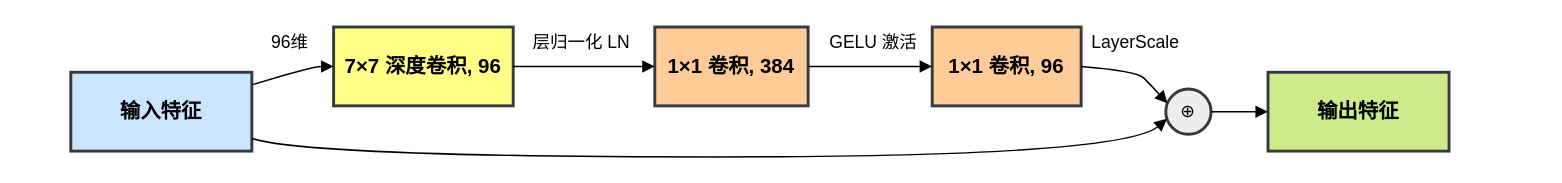
Earlier version of the draw.io diagram convnext block.drawio (vldzyzy/special-waffle). Source tidied: cells renumbered, new cells numbered last; positions are measured from the earlier drawing's top-left corner, leaving out a move shared by most shapes. Both pictures are drawn from the tidied source at 146%, with x=0, y=0 at pixel (70, 26).
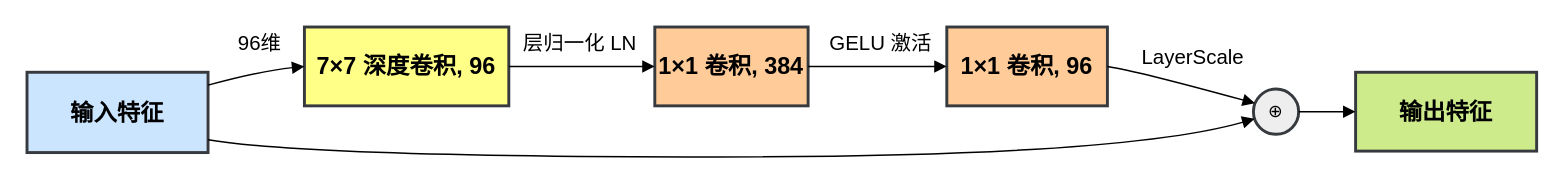
After the change.

What changed in the source:
```diff
@@
 <mxGraphModel>
   <root>
     <mxCell id="0" />
     <mxCell id="1" parent="0" />
-    <mxCell id="2" value="输入特征" style="whiteSpace=wrap;strokeWidth=2;fillColor=#cce5ff;strokeColor=#36393d;fontSize=14;fontStyle=1;" parent="1" vertex="1">
-      <mxGeometry y="31" width="124" height="54" as="geometry" />
+    <mxCell id="2" value="输入特征" style="whiteSpace=wrap;strokeWidth=2;fillColor=#cce5ff;strokeColor=#36393d;fontSize=16;fontStyle=1;" parent="1" vertex="1">
+      <mxGeometry x="-30" y="31" width="124" height="55" as="geometry" />
     </mxCell>
-    <mxCell id="3" value="7×7 深度卷积, 96" style="whiteSpace=wrap;strokeWidth=2;fillColor=#ffff88;strokeColor=#36393d;fontSize=14;fontStyle=1;" parent="1" vertex="1">
-      <mxGeometry x="180" width="123" height="54" as="geometry" />
+    <mxCell id="3" value="7×7 深度卷积, 96" style="whiteSpace=wrap;strokeWidth=2;fillColor=#ffff88;strokeColor=#36393d;fontSize=16;fontStyle=1;" parent="1" vertex="1">
+      <mxGeometry x="160" width="140" height="54" as="geometry" />
     </mxCell>
-    <mxCell id="4" value="1×1 卷积, 384" style="whiteSpace=wrap;strokeWidth=2;fillColor=#ffcc99;strokeColor=#36393d;fontSize=14;fontStyle=1;" parent="1" vertex="1">
+    <mxCell id="4" value="1×1 卷积, 384" style="whiteSpace=wrap;strokeWidth=2;fillColor=#ffcc99;strokeColor=#36393d;fontSize=16;fontStyle=1;" parent="1" vertex="1">
       <mxGeometry x="400" width="105" height="54" as="geometry" />
     </mxCell>
-    <mxCell id="5" value="1×1 卷积, 96" style="whiteSpace=wrap;strokeWidth=2;fillColor=#ffcc99;strokeColor=#36393d;fontSize=14;fontStyle=1;" parent="1" vertex="1">
-      <mxGeometry x="590" width="102" height="54" as="geometry" />
+    <mxCell id="5" value="1×1 卷积, 96" style="whiteSpace=wrap;strokeWidth=2;fillColor=#ffcc99;strokeColor=#36393d;fontSize=16;fontStyle=1;" parent="1" vertex="1">
+      <mxGeometry x="600" width="110" height="54" as="geometry" />
     </mxCell>
     <mxCell id="6" value="⊕" style="ellipse;strokeWidth=2;whiteSpace=wrap;fillColor=#eeeeee;strokeColor=#36393d;" parent="1" vertex="1">
-      <mxGeometry x="750" y="42.5" width="31" height="31" as="geometry" />
+      <mxGeometry x="810" y="42.5" width="31" height="31" as="geometry" />
     </mxCell>
-    <mxCell id="7" value="输出特征" style="whiteSpace=wrap;strokeWidth=2;fillColor=#cdeb8b;strokeColor=#36393d;fontSize=14;fontStyle=1;" parent="1" vertex="1">
-      <mxGeometry x="820" y="31" width="124" height="54" as="geometry" />
+    <mxCell id="7" value="输出特征" style="whiteSpace=wrap;strokeWidth=2;fillColor=#cdeb8b;strokeColor=#36393d;fontSize=16;fontStyle=1;" parent="1" vertex="1">
+      <mxGeometry x="880" y="31" width="124" height="54" as="geometry" />
     </mxCell>
-    <mxCell id="8" value="96维" style="curved=1;startArrow=none;endArrow=block;exitX=1;exitY=0.16;entryX=0;entryY=0.5;rounded=0;fontSize=12;" parent="1" edge="1" source="2" target="3">
-      <mxGeometry x="0.16" y="21" relative="1" as="geometry">
+    <mxCell id="8" value="96维" style="curved=1;startArrow=none;endArrow=block;exitX=1;exitY=0.16;entryX=0;entryY=0.5;rounded=0;fontSize=14;" parent="1" edge="1" source="2" target="3">
+      <mxGeometry x="0.17" y="20" relative="1" as="geometry">
         <Array as="points">
-          <mxPoint x="165" y="27" />
+          <mxPoint x="130" y="30" />
         </Array>
       </mxGeometry>
     </mxCell>
-    <mxCell id="9" value="层归一化 LN" style="curved=1;startArrow=none;endArrow=block;exitX=1;exitY=0.5;entryX=0;entryY=0.5;rounded=0;fontSize=12;" parent="1" edge="1" source="3" target="4">
+    <mxCell id="9" value="层归一化 LN" style="curved=1;startArrow=none;endArrow=block;exitX=1;exitY=0.5;entryX=0;entryY=0.5;rounded=0;fontSize=14;" parent="1" edge="1" source="3" target="4">
       <mxGeometry x="-0.03" y="17" relative="1" as="geometry" />
     </mxCell>
-    <mxCell id="10" value="GELU 激活" style="curved=1;startArrow=none;endArrow=block;exitX=1;exitY=0.5;entryX=0;entryY=0.5;rounded=0;fontSize=12;" parent="1" edge="1" source="4" target="5">
+    <mxCell id="10" value="GELU 激活" style="curved=1;startArrow=none;endArrow=block;exitX=1;exitY=0.5;entryX=0;entryY=0.5;rounded=0;fontSize=14;" parent="1" edge="1" source="4" target="5">
       <mxGeometry x="0.06" y="17" relative="1" as="geometry" />
     </mxCell>
-    <mxCell id="11" value="LayerScale" style="curved=1;startArrow=none;endArrow=block;exitX=1;exitY=0.5;entryX=0.01;entryY=0.29;rounded=0;fontSize=12;" parent="1" edge="1" source="5" target="6">
+    <mxCell id="11" value="LayerScale" style="curved=1;startArrow=none;endArrow=block;exitX=1;exitY=0.5;entryX=0.01;entryY=0.29;rounded=0;fontSize=14;" parent="1" edge="1" source="5" target="6">
       <mxGeometry x="0.06" y="20" relative="1" as="geometry">
         <Array as="points">
           <mxPoint x="730" y="30" />
-          <mxPoint x="740" y="40" />
         </Array>
       </mxGeometry>
     </mxCell>
     <mxCell id="12" style="curved=1;startArrow=none;endArrow=block;exitX=1;exitY=0.84;entryX=0.01;entryY=0.68;rounded=0;" parent="1" edge="1" source="2" target="6">
       <mxGeometry relative="1" as="geometry">
         <Array as="points">
           <mxPoint x="165" y="89" />
           <mxPoint x="720" y="89" />
         </Array>
       </mxGeometry>
     </mxCell>
     <mxCell id="13" style="curved=1;startArrow=none;endArrow=block;exitX=1.01;exitY=0.48;entryX=0;entryY=0.5;rounded=0;" parent="1" edge="1" source="6" target="7">
       <mxGeometry relative="1" as="geometry" />
     </mxCell>
   </root>
 </mxGraphModel>
```
